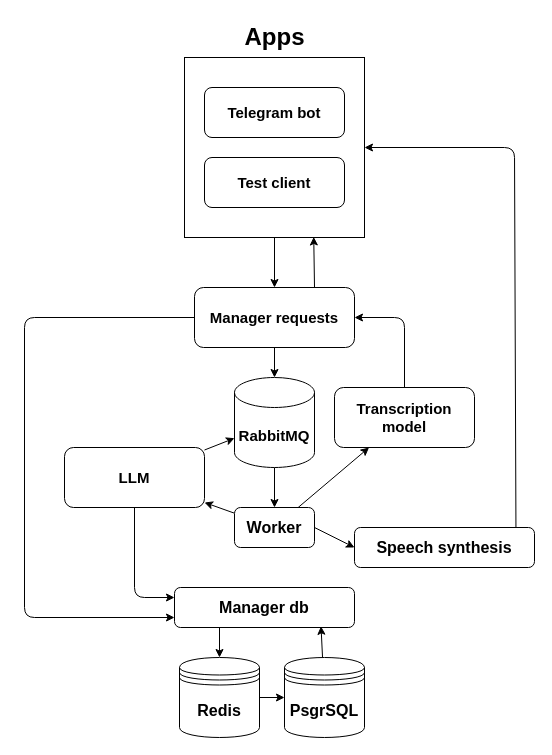
Earlier version of the draw.io diagram mikro-services.drawio (duudee0/transcription-bot). Source tidied: cells renumbered, new cells numbered last; positions are measured from the earlier drawing's top-left corner, leaving out a move shared by most shapes. Both pictures are drawn from the tidied source at 100%, with x=0, y=0 at pixel (24, 17).
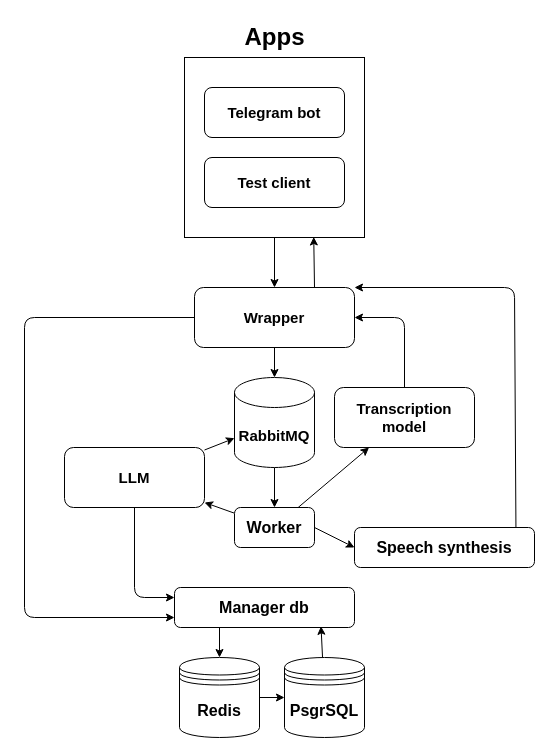
After the change.

The change refers to these unchanged cells:
```xml
<mxCell id="3" style="whiteSpace=wrap;html=1;align=center;" parent="1" vertex="1">
  <mxGeometry x="160" y="40" width="180" height="180" as="geometry" />
</mxCell>
<mxCell id="24" value="&lt;font style=&quot;font-size: 16px;&quot;&gt;&lt;b&gt;Speech synthesis&lt;/b&gt;&lt;/font&gt;" style="rounded=1;whiteSpace=wrap;html=1;" parent="1" vertex="1">
  <mxGeometry x="330" y="510" width="180" height="40" as="geometry" />
</mxCell>
```

What changed in the source:
```diff
@@
-    <mxCell id="8" value="&lt;span style=&quot;font-size: 15px;&quot;&gt;&lt;b&gt;Manager requests&lt;/b&gt;&lt;/span&gt;" style="rounded=1;whiteSpace=wrap;html=1;" parent="1" vertex="1">
+    <mxCell id="8" value="&lt;span style=&quot;font-size: 15px;&quot;&gt;&lt;b&gt;Wrapper&lt;/b&gt;&lt;/span&gt;" style="rounded=1;whiteSpace=wrap;html=1;" parent="1" vertex="1">
       <mxGeometry x="170" y="270" width="160" height="60" as="geometry" />
     </mxCell>
@@
-    <mxCell id="23" style="edgeStyle=none;html=1;entryX=1;entryY=0.5;entryDx=0;entryDy=0;exitX=0.897;exitY=0.096;exitDx=0;exitDy=0;exitPerimeter=0;" parent="1" edge="1" source="24" target="3">
+    <mxCell id="23" style="edgeStyle=none;html=1;entryX=1;entryY=0;entryDx=0;entryDy=0;exitX=0.897;exitY=0.096;exitDx=0;exitDy=0;exitPerimeter=0;" parent="1" edge="1" source="24" target="8">
       <mxGeometry relative="1" as="geometry">
         <Array as="points">
-          <mxPoint x="490" y="130" />
+          <mxPoint x="490" y="270" />
         </Array>
       </mxGeometry>
     </mxCell>
```
